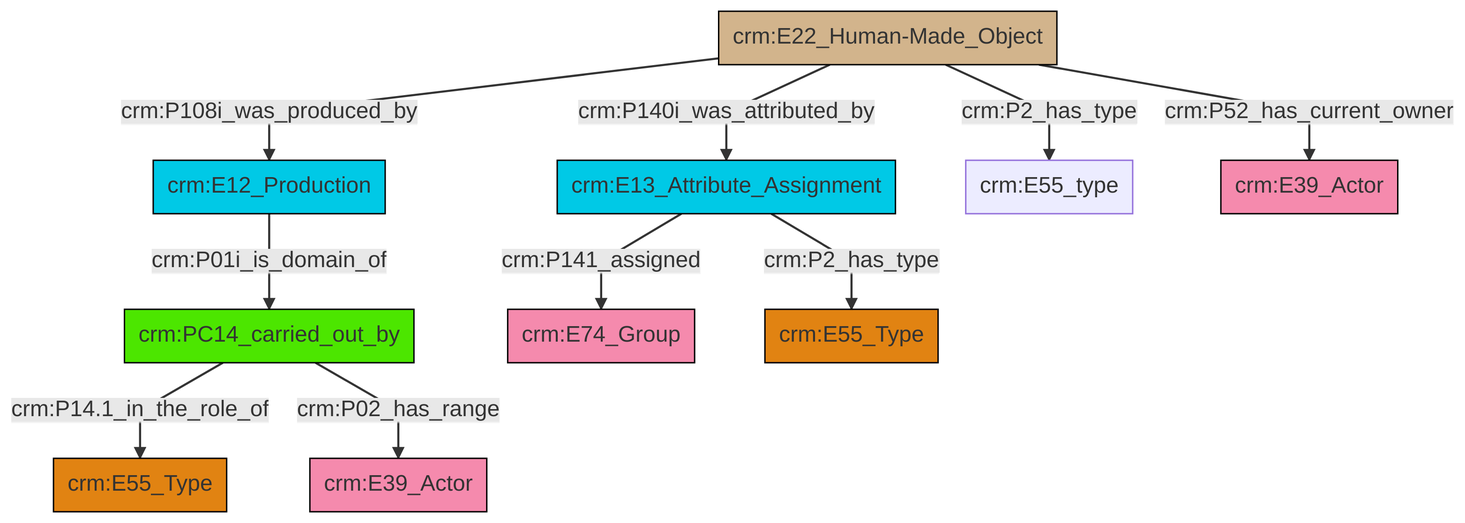
Earlier version of the Mermaid export et/builtWorkCSV/ttl/mmd/png/Built_Work_actor_relations.png (swiss-art-research-net/reference-data-models). Its source is kept beside it as et/builtWorkCSV/ttl/mmd/Built_Work_actor_relations.ttl.mmd.
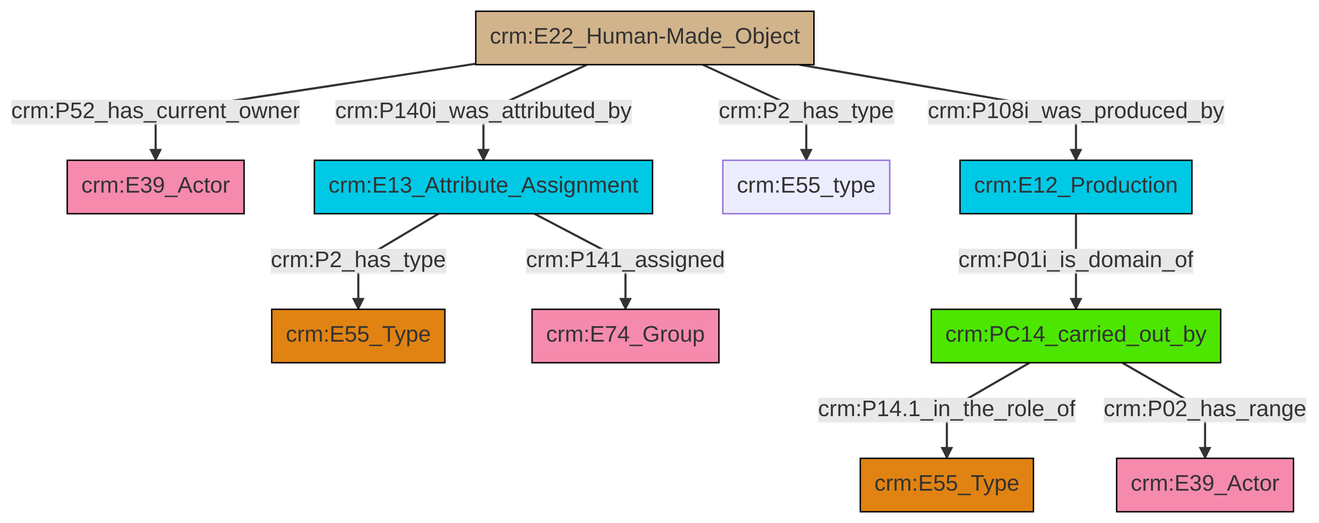
The same file after the commit.

Change to the diagram source:
```diff
@@ -13,12 +13,12 @@
 classDef PC_Classes fill:#4ce600, stroke:#000000;
 classDef Multi fill:#cccccc,stroke:#000000;
 
-2["crm:PC14_carried_out_by"]:::PC_Classes -->|crm:P14.1_in_the_role_of| 6["crm:E55_Type"]:::Type
-0["crm:E12_Production"]:::Temporal_Entity -->|crm:P01i_is_domain_of| 2["crm:PC14_carried_out_by"]:::PC_Classes
-2["crm:PC14_carried_out_by"]:::PC_Classes -->|crm:P02_has_range| 7["crm:E39_Actor"]:::Actor
-9["crm:E22_Human-Made_Object"]:::Physical_Thing -->|crm:P140i_was_attributed_by| 10["crm:E13_Attribute_Assignment"]:::Temporal_Entity
-9["crm:E22_Human-Made_Object"]:::Physical_Thing -->|crm:P2_has_type| 11["crm:E55_type"]:::Default
-10["crm:E13_Attribute_Assignment"]:::Temporal_Entity -->|crm:P2_has_type| 13["crm:E55_Type"]:::Type
-10["crm:E13_Attribute_Assignment"]:::Temporal_Entity -->|crm:P141_assigned| 4["crm:E74_Group"]:::Actor
-9["crm:E22_Human-Made_Object"]:::Physical_Thing -->|crm:P108i_was_produced_by| 0["crm:E12_Production"]:::Temporal_Entity
-9["crm:E22_Human-Made_Object"]:::Physical_Thing -->|crm:P52_has_current_owner| 16["crm:E39_Actor"]:::Actor
+8["crm:E13_Attribute_Assignment"]:::Temporal_Entity -->|crm:P2_has_type| 0["crm:E55_Type"]:::Type
+9["crm:E22_Human-Made_Object"]:::Physical_Thing -->|crm:P108i_was_produced_by| 4["crm:E12_Production"]:::Temporal_Entity
+8["crm:E13_Attribute_Assignment"]:::Temporal_Entity -->|crm:P141_assigned| 10["crm:E74_Group"]:::Actor
+9["crm:E22_Human-Made_Object"]:::Physical_Thing -->|crm:P2_has_type| 6["crm:E55_type"]:::Default
+4["crm:E12_Production"]:::Temporal_Entity -->|crm:P01i_is_domain_of| 16["crm:PC14_carried_out_by"]:::PC_Classes
+9["crm:E22_Human-Made_Object"]:::Physical_Thing -->|crm:P52_has_current_owner| 2["crm:E39_Actor"]:::Actor
+16["crm:PC14_carried_out_by"]:::PC_Classes -->|crm:P14.1_in_the_role_of| 11["crm:E55_Type"]:::Type
+16["crm:PC14_carried_out_by"]:::PC_Classes -->|crm:P02_has_range| 13["crm:E39_Actor"]:::Actor
+9["crm:E22_Human-Made_Object"]:::Physical_Thing -->|crm:P140i_was_attributed_by| 8["crm:E13_Attribute_Assignment"]:::Temporal_Entity
```
